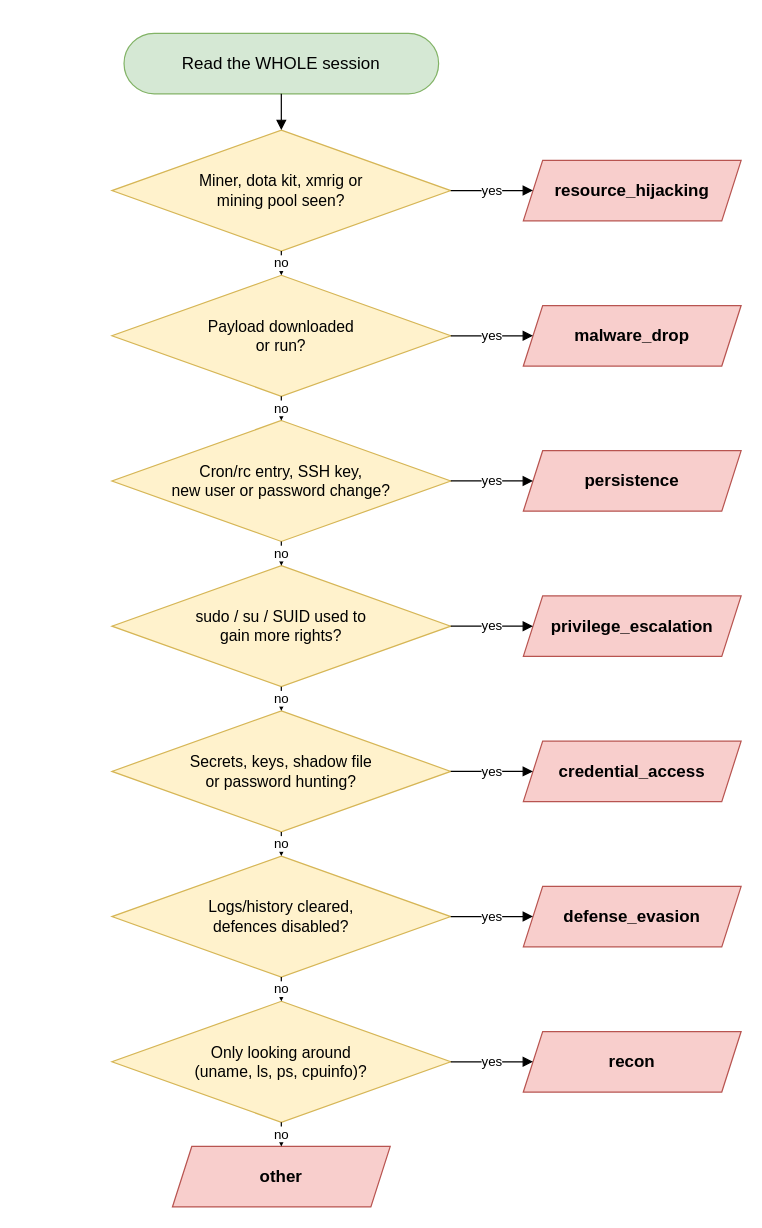
Above: report/diagrams/d15_label_tiebreak.drawio in parthkansal823/Honeypot_RedTeaming-paper (draw.io), before the change. Source tidied: cells renumbered, new cells numbered last; positions are measured from the earlier drawing's top-left corner, leaving out a move shared by most shapes. Both pictures are drawn from the tidied source at 121%, with x=0, y=0 at pixel (111, 33).
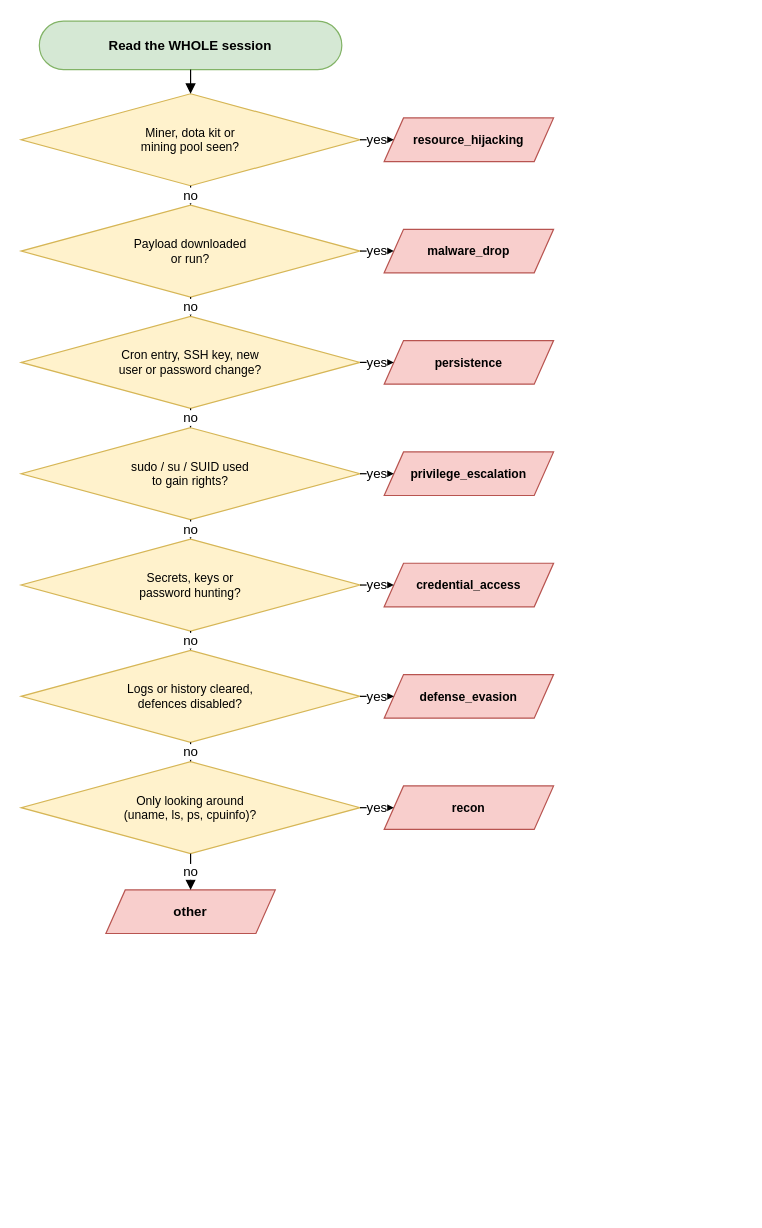
The same diagram, later.

The edit, as a diff of the source:
```diff
@@
-    <mxCell id="2" value="Read the WHOLE session" style="rounded=1;arcSize=50;whiteSpace=wrap;html=1;fillColor=#D5E8D4;strokeColor=#82B366;fontFamily=Arial;fontSize=14;" parent="1" vertex="1">
-      <mxGeometry x="10" width="260" height="50" as="geometry" />
+    <mxCell id="2" value="Read the WHOLE session" style="rounded=1;arcSize=50;whiteSpace=wrap;html=1;fillColor=#D5E8D4;strokeColor=#82B366;fontFamily=Arial;fontSize=11;fontStyle=1;" parent="1" vertex="1">
+      <mxGeometry x="-60" y="-10" width="250" height="40" as="geometry" />
     </mxCell>
-    <mxCell id="3" value="Miner, dota kit, xmrig or&lt;br&gt;mining pool seen?" style="rhombus;whiteSpace=wrap;html=1;fillColor=#FFF2CC;strokeColor=#D6B656;fontFamily=Arial;fontSize=13;" parent="1" vertex="1">
-      <mxGeometry y="80" width="280" height="100" as="geometry" />
+    <mxCell id="3" value="Miner, dota kit or&lt;br&gt;mining pool seen?" style="rhombus;whiteSpace=wrap;html=1;fillColor=#FFF2CC;strokeColor=#D6B656;fontFamily=Arial;fontSize=10;" parent="1" vertex="1">
+      <mxGeometry x="-75" y="50" width="280" height="76" as="geometry" />
     </mxCell>
-    <mxCell id="4" value="resource_hijacking" style="shape=parallelogram;perimeter=parallelogramPerimeter;fixedSize=1;size=16;whiteSpace=wrap;html=1;fillColor=#F8CECC;strokeColor=#B85450;fontFamily=Arial;fontSize=14;fontStyle=1;" parent="1" vertex="1">
-      <mxGeometry x="340" y="105" width="180" height="50" as="geometry" />
+    <mxCell id="4" value="resource_hijacking" style="shape=parallelogram;perimeter=parallelogramPerimeter;fixedSize=1;size=16;whiteSpace=wrap;html=1;fillColor=#F8CECC;strokeColor=#B85450;fontFamily=Arial;fontSize=10;fontStyle=1;" parent="1" vertex="1">
+      <mxGeometry x="225" y="70" width="140" height="36" as="geometry" />
     </mxCell>
-    <mxCell id="5" value="Payload downloaded&lt;br&gt;or run?" style="rhombus;whiteSpace=wrap;html=1;fillColor=#FFF2CC;strokeColor=#D6B656;fontFamily=Arial;fontSize=13;" parent="1" vertex="1">
-      <mxGeometry y="200" width="280" height="100" as="geometry" />
+    <mxCell id="5" value="Payload downloaded&lt;br&gt;or run?" style="rhombus;whiteSpace=wrap;html=1;fillColor=#FFF2CC;strokeColor=#D6B656;fontFamily=Arial;fontSize=10;" parent="1" vertex="1">
+      <mxGeometry x="-75" y="142" width="280" height="76" as="geometry" />
     </mxCell>
-    <mxCell id="6" value="malware_drop" style="shape=parallelogram;perimeter=parallelogramPerimeter;fixedSize=1;size=16;whiteSpace=wrap;html=1;fillColor=#F8CECC;strokeColor=#B85450;fontFamily=Arial;fontSize=14;fontStyle=1;" parent="1" vertex="1">
-      <mxGeometry x="340" y="225" width="180" height="50" as="geometry" />
+    <mxCell id="6" value="malware_drop" style="shape=parallelogram;perimeter=parallelogramPerimeter;fixedSize=1;size=16;whiteSpace=wrap;html=1;fillColor=#F8CECC;strokeColor=#B85450;fontFamily=Arial;fontSize=10;fontStyle=1;" parent="1" vertex="1">
+      <mxGeometry x="225" y="162" width="140" height="36" as="geometry" />
     </mxCell>
-    <mxCell id="7" value="Cron/rc entry, SSH key,&lt;br&gt;new user or password change?" style="rhombus;whiteSpace=wrap;html=1;fillColor=#FFF2CC;strokeColor=#D6B656;fontFamily=Arial;fontSize=13;" parent="1" vertex="1">
-      <mxGeometry y="320" width="280" height="100" as="geometry" />
+    <mxCell id="7" value="Cron entry, SSH key, new&lt;br&gt;user or password change?" style="rhombus;whiteSpace=wrap;html=1;fillColor=#FFF2CC;strokeColor=#D6B656;fontFamily=Arial;fontSize=10;" parent="1" vertex="1">
+      <mxGeometry x="-75" y="234" width="280" height="76" as="geometry" />
     </mxCell>
-    <mxCell id="8" value="persistence" style="shape=parallelogram;perimeter=parallelogramPerimeter;fixedSize=1;size=16;whiteSpace=wrap;html=1;fillColor=#F8CECC;strokeColor=#B85450;fontFamily=Arial;fontSize=14;fontStyle=1;" parent="1" vertex="1">
-      <mxGeometry x="340" y="345" width="180" height="50" as="geometry" />
+    <mxCell id="8" value="persistence" style="shape=parallelogram;perimeter=parallelogramPerimeter;fixedSize=1;size=16;whiteSpace=wrap;html=1;fillColor=#F8CECC;strokeColor=#B85450;fontFamily=Arial;fontSize=10;fontStyle=1;" parent="1" vertex="1">
+      <mxGeometry x="225" y="254" width="140" height="36" as="geometry" />
     </mxCell>
-    <mxCell id="9" value="sudo / su / SUID used to&lt;br&gt;gain more rights?" style="rhombus;whiteSpace=wrap;html=1;fillColor=#FFF2CC;strokeColor=#D6B656;fontFamily=Arial;fontSize=13;" parent="1" vertex="1">
-      <mxGeometry y="440" width="280" height="100" as="geometry" />
+    <mxCell id="9" value="sudo / su / SUID used&lt;br&gt;to gain rights?" style="rhombus;whiteSpace=wrap;html=1;fillColor=#FFF2CC;strokeColor=#D6B656;fontFamily=Arial;fontSize=10;" parent="1" vertex="1">
+      <mxGeometry x="-75" y="326" width="280" height="76" as="geometry" />
     </mxCell>
-    <mxCell id="10" value="privilege_escalation" style="shape=parallelogram;perimeter=parallelogramPerimeter;fixedSize=1;size=16;whiteSpace=wrap;html=1;fillColor=#F8CECC;strokeColor=#B85450;fontFamily=Arial;fontSize=14;fontStyle=1;" parent="1" vertex="1">
-      <mxGeometry x="340" y="465" width="180" height="50" as="geometry" />
+    <mxCell id="10" value="privilege_escalation" style="shape=parallelogram;perimeter=parallelogramPerimeter;fixedSize=1;size=16;whiteSpace=wrap;html=1;fillColor=#F8CECC;strokeColor=#B85450;fontFamily=Arial;fontSize=10;fontStyle=1;" parent="1" vertex="1">
+      <mxGeometry x="225" y="346" width="140" height="36" as="geometry" />
     </mxCell>
-    <mxCell id="11" value="Secrets, keys, shadow file&lt;br&gt;or password hunting?" style="rhombus;whiteSpace=wrap;html=1;fillColor=#FFF2CC;strokeColor=#D6B656;fontFamily=Arial;fontSize=13;" parent="1" vertex="1">
-      <mxGeometry y="560" width="280" height="100" as="geometry" />
+    <mxCell id="11" value="Secrets, keys or&lt;br&gt;password hunting?" style="rhombus;whiteSpace=wrap;html=1;fillColor=#FFF2CC;strokeColor=#D6B656;fontFamily=Arial;fontSize=10;" parent="1" vertex="1">
+      <mxGeometry x="-75" y="418" width="280" height="76" as="geometry" />
     </mxCell>
-    <mxCell id="12" value="credential_access" style="shape=parallelogram;perimeter=parallelogramPerimeter;fixedSize=1;size=16;whiteSpace=wrap;html=1;fillColor=#F8CECC;strokeColor=#B85450;fontFamily=Arial;fontSize=14;fontStyle=1;" parent="1" vertex="1">
-      <mxGeometry x="340" y="585" width="180" height="50" as="geometry" />
+    <mxCell id="12" value="credential_access" style="shape=parallelogram;perimeter=parallelogramPerimeter;fixedSize=1;size=16;whiteSpace=wrap;html=1;fillColor=#F8CECC;strokeColor=#B85450;fontFamily=Arial;fontSize=10;fontStyle=1;" parent="1" vertex="1">
+      <mxGeometry x="225" y="438" width="140" height="36" as="geometry" />
     </mxCell>
-    <mxCell id="13" value="Logs/history cleared,&lt;br&gt;defences disabled?" style="rhombus;whiteSpace=wrap;html=1;fillColor=#FFF2CC;strokeColor=#D6B656;fontFamily=Arial;fontSize=13;" parent="1" vertex="1">
-      <mxGeometry y="680" width="280" height="100" as="geometry" />
+    <mxCell id="13" value="Logs or history cleared,&lt;br&gt;defences disabled?" style="rhombus;whiteSpace=wrap;html=1;fillColor=#FFF2CC;strokeColor=#D6B656;fontFamily=Arial;fontSize=10;" parent="1" vertex="1">
+      <mxGeometry x="-75" y="510" width="280" height="76" as="geometry" />
     </mxCell>
-    <mxCell id="14" value="defense_evasion" style="shape=parallelogram;perimeter=parallelogramPerimeter;fixedSize=1;size=16;whiteSpace=wrap;html=1;fillColor=#F8CECC;strokeColor=#B85450;fontFamily=Arial;fontSize=14;fontStyle=1;" parent="1" vertex="1">
-      <mxGeometry x="340" y="705" width="180" height="50" as="geometry" />
+    <mxCell id="14" value="defense_evasion" style="shape=parallelogram;perimeter=parallelogramPerimeter;fixedSize=1;size=16;whiteSpace=wrap;html=1;fillColor=#F8CECC;strokeColor=#B85450;fontFamily=Arial;fontSize=10;fontStyle=1;" parent="1" vertex="1">
+      <mxGeometry x="225" y="530" width="140" height="36" as="geometry" />
     </mxCell>
-    <mxCell id="15" value="Only looking around&lt;br&gt;(uname, ls, ps, cpuinfo)?" style="rhombus;whiteSpace=wrap;html=1;fillColor=#FFF2CC;strokeColor=#D6B656;fontFamily=Arial;fontSize=13;" parent="1" vertex="1">
-      <mxGeometry y="800" width="280" height="100" as="geometry" />
+    <mxCell id="15" value="Only looking around&lt;br&gt;(uname, ls, ps, cpuinfo)?" style="rhombus;whiteSpace=wrap;html=1;fillColor=#FFF2CC;strokeColor=#D6B656;fontFamily=Arial;fontSize=10;" parent="1" vertex="1">
+      <mxGeometry x="-75" y="602" width="280" height="76" as="geometry" />
     </mxCell>
-    <mxCell id="16" value="recon" style="shape=parallelogram;perimeter=parallelogramPerimeter;fixedSize=1;size=16;whiteSpace=wrap;html=1;fillColor=#F8CECC;strokeColor=#B85450;fontFamily=Arial;fontSize=14;fontStyle=1;" parent="1" vertex="1">
-      <mxGeometry x="340" y="825" width="180" height="50" as="geometry" />
+    <mxCell id="16" value="recon" style="shape=parallelogram;perimeter=parallelogramPerimeter;fixedSize=1;size=16;whiteSpace=wrap;html=1;fillColor=#F8CECC;strokeColor=#B85450;fontFamily=Arial;fontSize=10;fontStyle=1;" parent="1" vertex="1">
+      <mxGeometry x="225" y="622" width="140" height="36" as="geometry" />
     </mxCell>
-    <mxCell id="17" value="other" style="shape=parallelogram;perimeter=parallelogramPerimeter;fixedSize=1;size=16;whiteSpace=wrap;html=1;fillColor=#F8CECC;strokeColor=#B85450;fontFamily=Arial;fontSize=14;fontStyle=1;" parent="1" vertex="1">
-      <mxGeometry x="50" y="920" width="180" height="50" as="geometry" />
+    <mxCell id="17" value="other" style="shape=parallelogram;perimeter=parallelogramPerimeter;fixedSize=1;size=16;whiteSpace=wrap;html=1;fillColor=#F8CECC;strokeColor=#B85450;fontFamily=Arial;fontSize=11;fontStyle=1;" parent="1" vertex="1">
+      <mxGeometry x="-5" y="708" width="140" height="36" as="geometry" />
     </mxCell>
```
